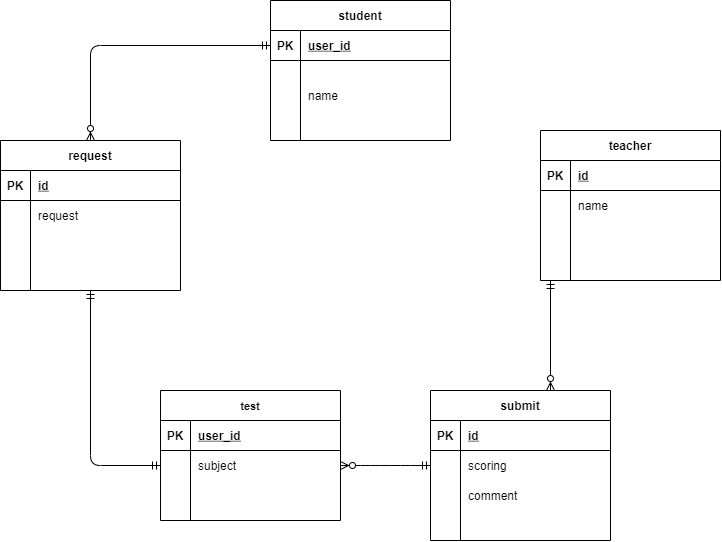
Earlier version of the draw.io export index.drawio.png (kgrkgr/datebase). Source tidied: cells renumbered, new cells last; positions are measured from the earlier drawing's top-left corner, leaving out a move shared by most shapes.
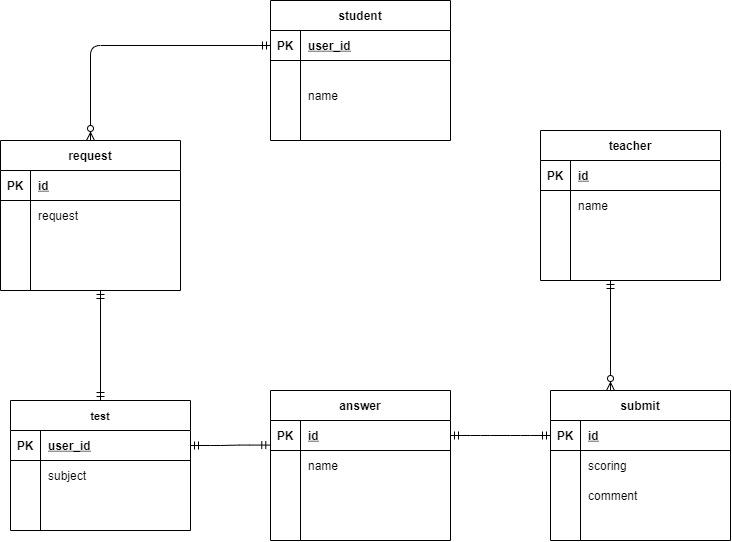
After the change.

Change to the diagram source:
```diff
@@ -42,7 +42,7 @@
       <mxGeometry x="30" width="150" height="30" as="geometry" />
     </mxCell>
     <mxCell id="15" value="submit" style="shape=table;startSize=30;rowLines=0;fontStyle=1;align=center;" parent="1" vertex="1">
-      <mxGeometry x="430" y="390" width="180" height="150" as="geometry" />
+      <mxGeometry x="550" y="390" width="180" height="150" as="geometry" />
     </mxCell>
     <mxCell id="16" style="shape=partialRectangle;fillColor=none;top=0;left=0;bottom=1;right=0;points=[[0,0.5],[1,0.5]];portConstraint=eastwest;" parent="15" vertex="1">
       <mxGeometry y="30" width="180" height="30" as="geometry" />
@@ -81,7 +81,7 @@
       <mxGeometry x="30" width="150" height="20" as="geometry" />
     </mxCell>
     <mxCell id="28" value="test" style="shape=table;startSize=30;rowLines=0;fontStyle=1;align=center;fontSize=11;" parent="1" vertex="1">
-      <mxGeometry x="160" y="390" width="180" height="130" as="geometry" />
+      <mxGeometry x="10" y="400" width="180" height="130" as="geometry" />
     </mxCell>
     <mxCell id="29" style="shape=partialRectangle;fillColor=none;top=0;left=0;bottom=1;right=0;points=[[0,0.5],[1,0.5]];portConstraint=eastwest;" parent="28" vertex="1">
       <mxGeometry y="30" width="180" height="30" as="geometry" />
@@ -193,17 +193,61 @@
         <mxPoint x="90" y="140" as="targetPoint" />
       </mxGeometry>
     </mxCell>
-    <mxCell id="65" style="edgeStyle=entityRelationEdgeStyle;fontSize=12;html=1;endArrow=ERzeroToMany;startArrow=ERmandOne;entryX=1;entryY=0.5;entryDx=0;entryDy=0;exitX=0;exitY=0.5;exitDx=0;exitDy=0;" parent="1" edge="1" source="19" target="32">
-      <mxGeometry relative="1" as="geometry" />
-    </mxCell>
     <mxCell id="66" style="fontSize=12;html=1;endArrow=ERzeroToMany;startArrow=ERmandOne;" parent="1" edge="1">
       <mxGeometry relative="1" as="geometry">
-        <mxPoint x="550" y="280" as="sourcePoint" />
-        <mxPoint x="550" y="390" as="targetPoint" />
+        <mxPoint x="610" y="280" as="sourcePoint" />
+        <mxPoint x="610" y="390" as="targetPoint" />
       </mxGeometry>
     </mxCell>
-    <mxCell id="67" style="edgeStyle=orthogonalEdgeStyle;fontSize=12;html=1;endArrow=ERmandOne;startArrow=ERmandOne;exitX=0.5;exitY=1;exitDx=0;exitDy=0;entryX=0;entryY=0.5;entryDx=0;entryDy=0;" parent="1" edge="1" source="38" target="32">
-      <mxGeometry relative="1" as="geometry" />
+    <mxCell id="67" style="edgeStyle=orthogonalEdgeStyle;fontSize=12;html=1;endArrow=ERmandOne;startArrow=ERmandOne;entryX=0.5;entryY=0;entryDx=0;entryDy=0;" parent="1" edge="1" target="28">
+      <mxGeometry relative="1" as="geometry">
+        <mxPoint x="100" y="290" as="sourcePoint" />
+      </mxGeometry>
     </mxCell>
+    <mxCell id="68" value="answer" style="shape=table;startSize=30;rowLines=0;fontStyle=1;align=center;" parent="1" vertex="1">
+      <mxGeometry x="270" y="390" width="180" height="150" as="geometry" />
+    </mxCell>
+    <mxCell id="69" style="shape=partialRectangle;fillColor=none;top=0;left=0;bottom=1;right=0;points=[[0,0.5],[1,0.5]];portConstraint=eastwest;" parent="68" vertex="1">
+      <mxGeometry y="30" width="180" height="30" as="geometry" />
+    </mxCell>
+    <mxCell id="70" value="PK" style="shape=partialRectangle;fillColor=none;top=0;left=0;bottom=0;right=0;fontStyle=1;overflow=hidden;" parent="69" vertex="1">
+      <mxGeometry width="30" height="30" as="geometry" />
+    </mxCell>
+    <mxCell id="71" value="id" style="shape=partialRectangle;fillColor=none;top=0;left=0;bottom=0;right=0;align=left;spacingLeft=6;fontStyle=5;overflow=hidden;" parent="69" vertex="1">
+      <mxGeometry x="30" width="150" height="30" as="geometry" />
+    </mxCell>
+    <mxCell id="72" style="shape=partialRectangle;fillColor=none;top=0;left=0;bottom=0;right=0;" parent="68" vertex="1">
+      <mxGeometry y="60" width="180" height="30" as="geometry" />
+    </mxCell>
+    <mxCell id="73" style="shape=partialRectangle;fillColor=none;top=0;left=0;bottom=0;right=0;overflow=hidden;" parent="72" vertex="1">
+      <mxGeometry width="30" height="30" as="geometry" />
+    </mxCell>
+    <mxCell id="74" value="name" style="shape=partialRectangle;fillColor=none;top=0;left=0;bottom=0;right=0;align=left;spacingLeft=6;overflow=hidden;" parent="72" vertex="1">
+      <mxGeometry x="30" width="150" height="30" as="geometry" />
+    </mxCell>
+    <mxCell id="75" style="shape=partialRectangle;fillColor=none;top=0;left=0;bottom=0;right=0;" parent="68" vertex="1">
+      <mxGeometry y="90" width="180" height="30" as="geometry" />
+    </mxCell>
+    <mxCell id="76" style="shape=partialRectangle;fillColor=none;top=0;left=0;bottom=0;right=0;overflow=hidden;" parent="75" vertex="1">
+      <mxGeometry width="30" height="30" as="geometry" />
+    </mxCell>
+    <mxCell id="77" style="shape=partialRectangle;fillColor=none;top=0;left=0;bottom=0;right=0;align=left;spacingLeft=6;overflow=hidden;" parent="75" vertex="1">
+      <mxGeometry x="30" width="150" height="30" as="geometry" />
+    </mxCell>
+    <mxCell id="78" style="shape=partialRectangle;fillColor=none;top=0;left=0;bottom=0;right=0;" parent="68" vertex="1">
+      <mxGeometry y="120" width="180" height="30" as="geometry" />
+    </mxCell>
+    <mxCell id="79" style="shape=partialRectangle;fillColor=none;top=0;left=0;bottom=0;right=0;overflow=hidden;" parent="78" vertex="1">
+      <mxGeometry width="30" height="30" as="geometry" />
+    </mxCell>
+    <mxCell id="80" style="shape=partialRectangle;fillColor=none;top=0;left=0;bottom=0;right=0;align=left;spacingLeft=6;overflow=hidden;" parent="78" vertex="1">
+      <mxGeometry x="30" width="150" height="30" as="geometry" />
+    </mxCell>
+    <mxCell id="81" style="edgeStyle=entityRelationEdgeStyle;fontSize=12;html=1;endArrow=ERmandOne;startArrow=ERmandOne;exitX=1;exitY=0.5;exitDx=0;exitDy=0;entryX=-0.004;entryY=0.819;entryDx=0;entryDy=0;entryPerimeter=0;" parent="1" edge="1" source="29" target="69">
+      <mxGeometry relative="1" as="geometry" />
+    </mxCell>
+    <mxCell id="82" style="edgeStyle=entityRelationEdgeStyle;fontSize=12;html=1;endArrow=ERmandOne;startArrow=ERmandOne;exitX=1;exitY=0.5;exitDx=0;exitDy=0;entryX=0;entryY=0.5;entryDx=0;entryDy=0;" parent="1" edge="1" source="69" target="16">
+      <mxGeometry relative="1" as="geometry" />
+    </mxCell>
   </root>
 </mxGraphModel>
```
